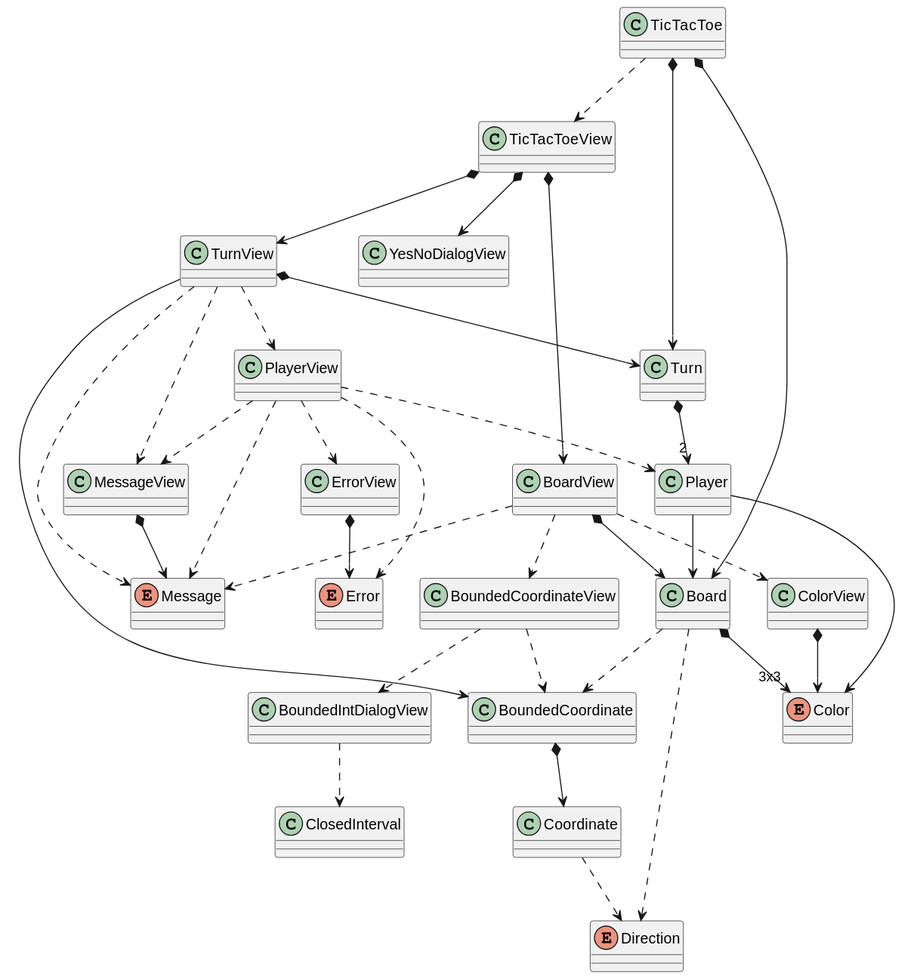
Before: tech-java-basadoObjetos/src/es/usantatecla/tictactoe_v2/docs/classes.svg, a diagram exported from PlantUML (jumpering/lab-turing).
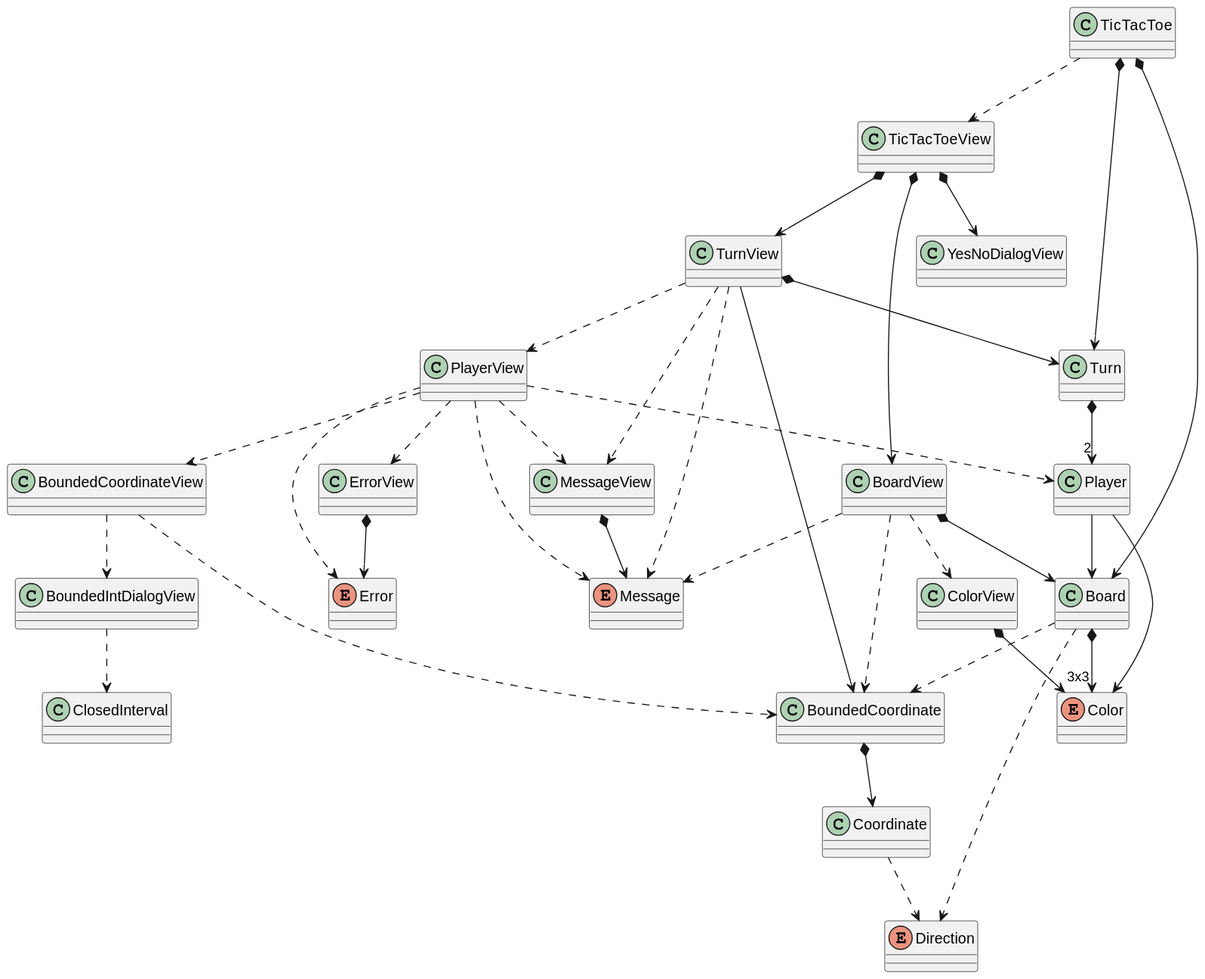
Above is the later version.

Diff of the diagram source:
```diff
@@ -69,12 +69,13 @@
 PlayerView ..> Error
 PlayerView ..> MessageView
 PlayerView ..> Message
+PlayerView ..> BoundedCoordinateView
 ErrorView *--> Error
 Board *--> "3x3" Color
 Board ..> BoundedCoordinate
 Board ..> Direction
 BoardView ..> Message
-BoardView ..> BoundedCoordinateView
+BoardView ..> BoundedCoordinate
 BoardView *--> Board
 BoardView ..> ColorView
 BoundedCoordinate *--> Coordinate
```
